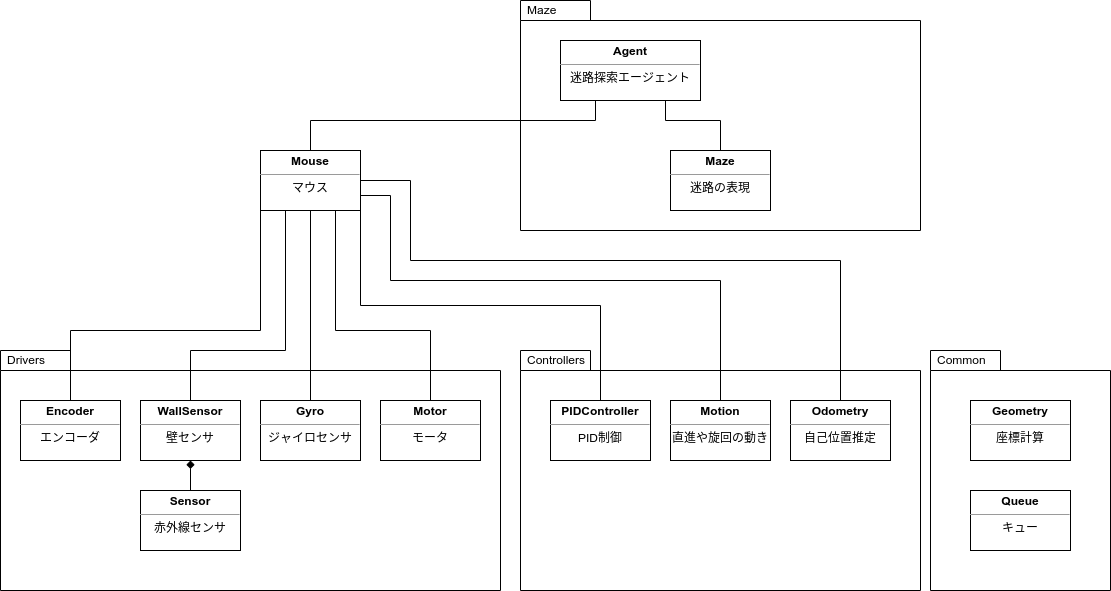
This is design/class_diagram.drawio.png from meganetaaan/M5Mouse, a draw.io export, as it was before one commit. Source tidied: cells renumbered, new cells last; positions are measured from the earlier drawing's top-left corner, leaving out a move shared by most shapes.
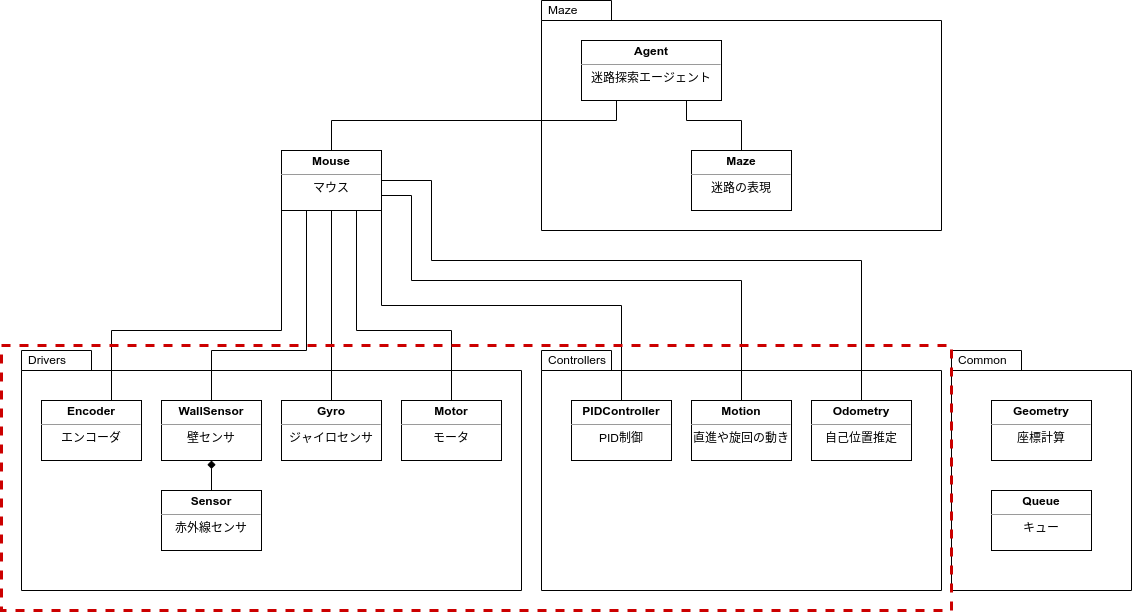
Later version of the same file.

Diff of the diagram source:
```diff
@@ -37,7 +37,8 @@
       <mxGeometry relative="1" as="geometry">
         <Array as="points">
           <mxPoint x="260" y="330" />
-          <mxPoint x="70" y="330" />
+          <mxPoint x="90" y="330" />
+          <mxPoint x="90" y="400" />
         </Array>
       </mxGeometry>
     </mxCell>
@@ -120,5 +121,8 @@
     <mxCell id="28" value="&lt;p style=&quot;margin: 0px ; margin-top: 4px ; text-align: center&quot;&gt;&lt;b&gt;Queue&lt;/b&gt;&lt;/p&gt;&lt;hr size=&quot;1&quot;&gt;&lt;div style=&quot;text-align: center ; height: 2px&quot;&gt;キュー&lt;/div&gt;" style="verticalAlign=top;align=left;overflow=fill;fontSize=12;fontFamily=Helvetica;html=1;" parent="1" vertex="1">
       <mxGeometry x="970" y="490" width="100" height="60" as="geometry" />
     </mxCell>
+    <mxCell id="29" style="rounded=0;whiteSpace=wrap;html=1;strokeColor=#CC0000;fillColor=none;strokeWidth=3;dashed=1;" parent="1" vertex="1">
+      <mxGeometry x="-20" y="345" width="950" height="265" as="geometry" />
+    </mxCell>
   </root>
 </mxGraphModel>
```
